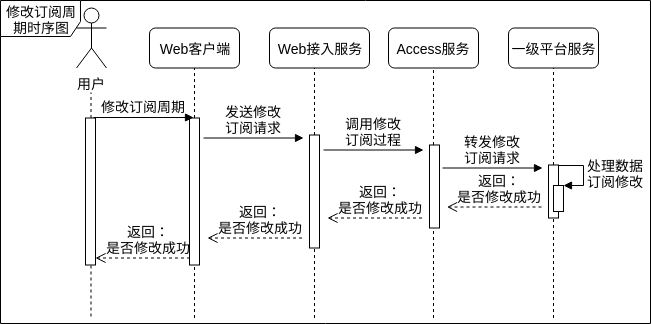
Before: IOTManage/sequence-modifyCycle.png, a diagram exported from draw.io (waterwatermelon/graph). Source tidied: cells renumbered, new cells last; positions are measured from the earlier drawing's top-left corner, leaving out a move shared by most shapes.
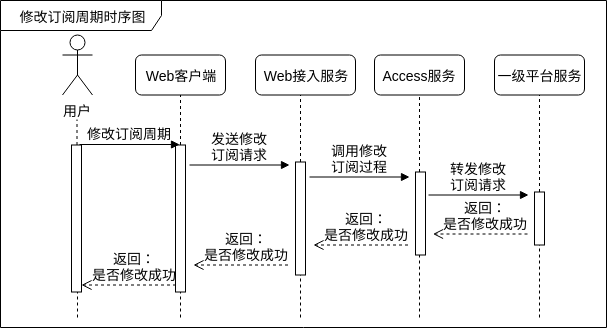
The same diagram one commit later.

Change to the diagram source:
```diff
@@ -2,8 +2,8 @@
   <root>
     <mxCell id="0" />
     <mxCell id="1" parent="0" />
-    <mxCell id="2" value="&lt;font style=&quot;font-size: 14px&quot;&gt;修改订阅周期时序图&lt;/font&gt;" style="shape=umlFrame;whiteSpace=wrap;html=1;width=80;height=36;" parent="1" vertex="1">
-      <mxGeometry width="650" height="323" as="geometry" />
+    <mxCell id="2" value="&lt;font style=&quot;font-size: 14px&quot;&gt;修改订阅周期时序图&lt;/font&gt;" style="shape=umlFrame;whiteSpace=wrap;html=1;width=161;height=30;" parent="1" vertex="1">
+      <mxGeometry x="14" y="-27" width="606" height="327" as="geometry" />
     </mxCell>
     <mxCell id="3" value="用户" style="shape=umlActor;verticalLabelPosition=bottom;labelBackgroundColor=#ffffff;verticalAlign=top;html=1;fontSize=14;fontColor=#000000;" parent="1" vertex="1">
       <mxGeometry x="76" y="7.5" width="30" height="60" as="geometry" />
@@ -50,7 +50,7 @@
     </mxCell>
     <mxCell id="14" style="endArrow=none;dashed=1;html=1;fontSize=14;fontColor=#000000;" parent="1" edge="1" target="13">
       <mxGeometry relative="1" as="geometry">
-        <mxPoint x="90.5" y="316" as="sourcePoint" />
+        <mxPoint x="91" y="290" as="sourcePoint" />
       </mxGeometry>
     </mxCell>
     <mxCell id="15" style="html=1;points=[];perimeter=orthogonalPerimeter;rounded=0;shadow=0;comic=0;labelBackgroundColor=none;strokeColor=#000000;strokeWidth=1;fillColor=#FFFFFF;fontFamily=Verdana;fontSize=14;fontColor=#000000;align=center;" parent="1" vertex="1">
@@ -58,7 +58,7 @@
     </mxCell>
     <mxCell id="16" style="endArrow=none;dashed=1;html=1;fontSize=14;fontColor=#000000;" parent="1" edge="1" target="15">
       <mxGeometry relative="1" as="geometry">
-        <mxPoint x="194" y="317.5" as="sourcePoint" />
+        <mxPoint x="194" y="290" as="sourcePoint" />
       </mxGeometry>
     </mxCell>
     <mxCell id="17" value="&lt;font style=&quot;font-size: 14px&quot;&gt;修改订阅周期&lt;/font&gt;" style="html=1;verticalAlign=bottom;endArrow=block;labelBackgroundColor=none;fontFamily=Verdana;fontSize=14;elbow=vertical;fontColor=#000000;" parent="1" edge="1">
@@ -78,7 +78,7 @@
     </mxCell>
     <mxCell id="20" style="endArrow=none;dashed=1;html=1;fontSize=14;fontColor=#000000;" parent="1" edge="1" target="19">
       <mxGeometry relative="1" as="geometry">
-        <mxPoint x="314" y="317.5" as="sourcePoint" />
+        <mxPoint x="314" y="290" as="sourcePoint" />
       </mxGeometry>
     </mxCell>
     <mxCell id="21" value="&lt;font style=&quot;font-size: 14px&quot;&gt;调用修改&lt;br&gt;订阅过程&lt;/font&gt;" style="html=1;verticalAlign=bottom;endArrow=block;labelBackgroundColor=none;fontFamily=Verdana;fontSize=14;elbow=vertical;fontColor=#000000;" parent="1" edge="1">
@@ -92,7 +92,7 @@
     </mxCell>
     <mxCell id="23" style="endArrow=none;dashed=1;html=1;fontSize=14;fontColor=#000000;" parent="1" edge="1" target="22">
       <mxGeometry relative="1" as="geometry">
-        <mxPoint x="433" y="317.5" as="sourcePoint" />
+        <mxPoint x="433" y="290" as="sourcePoint" />
       </mxGeometry>
     </mxCell>
     <mxCell id="24" style="html=1;points=[];perimeter=orthogonalPerimeter;rounded=0;shadow=0;comic=0;labelBackgroundColor=none;strokeColor=#000000;strokeWidth=1;fillColor=#FFFFFF;fontFamily=Verdana;fontSize=14;fontColor=#000000;align=center;" parent="1" vertex="1">
@@ -100,7 +100,7 @@
     </mxCell>
     <mxCell id="25" style="endArrow=none;dashed=1;html=1;fontSize=14;fontColor=#000000;" parent="1" edge="1" target="24">
       <mxGeometry relative="1" as="geometry">
-        <mxPoint x="553" y="317.5" as="sourcePoint" />
+        <mxPoint x="553" y="290" as="sourcePoint" />
       </mxGeometry>
     </mxCell>
     <mxCell id="26" value="&lt;font style=&quot;font-size: 14px&quot;&gt;转发修改&lt;br&gt;订阅请求&lt;/font&gt;" style="html=1;verticalAlign=bottom;endArrow=block;labelBackgroundColor=none;fontFamily=Verdana;fontSize=14;elbow=vertical;fontColor=#000000;" parent="1" edge="1">
@@ -133,16 +133,5 @@
         <mxPoint x="95" y="257.5" as="targetPoint" />
       </mxGeometry>
     </mxCell>
-    <mxCell id="31" style="html=1;points=[];perimeter=orthogonalPerimeter;" parent="1" vertex="1">
-      <mxGeometry x="553" y="185" width="10" height="26" as="geometry" />
-    </mxCell>
-    <mxCell id="32" value="&lt;font style=&quot;font-size: 14px&quot;&gt;处理数据&lt;br&gt;订阅修改&lt;/font&gt;" style="edgeStyle=orthogonalEdgeStyle;html=1;align=left;spacingLeft=2;endArrow=block;rounded=0;entryX=1;entryY=0;" parent="1" edge="1" target="31">
-      <mxGeometry relative="1" as="geometry">
-        <mxPoint x="558" y="164.5" as="sourcePoint" />
-        <Array as="points">
-          <mxPoint x="583" y="164.5" />
-        </Array>
-      </mxGeometry>
-    </mxCell>
   </root>
 </mxGraphModel>
```
